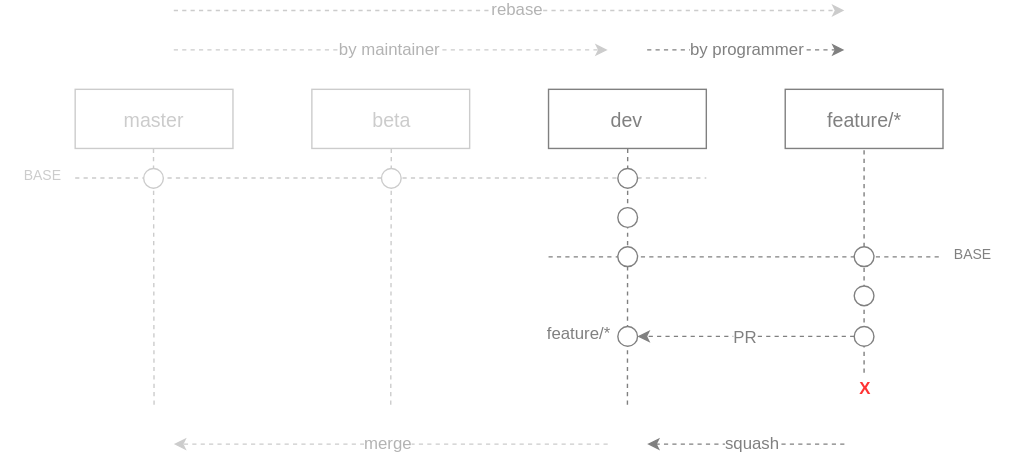
The draw.io diagram gitflow-v2.0.0.svg in ajile/draw-io, before a commit. Source tidied: cells renumbered, new cells last; positions are measured from the earlier drawing's top-left corner, leaving out a move shared by most shapes.
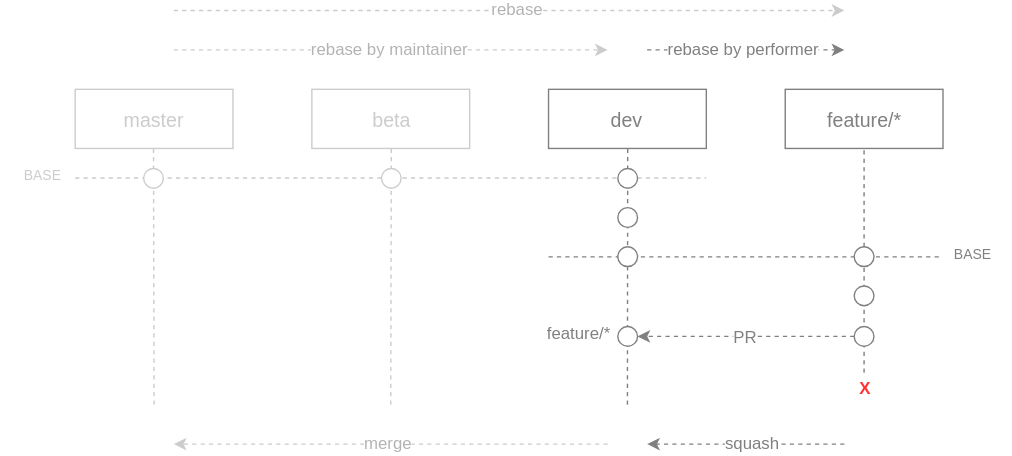
Above is the later version.

What changed in the source:
```diff
@@ -129,7 +129,7 @@
         <mxPoint x="433.7" y="28.2" as="targetPoint" />
       </mxGeometry>
     </mxCell>
-    <mxCell id="33" value="by maintainer" style="text;html=1;align=center;verticalAlign=middle;labelBackgroundColor=#ffffff;fontSize=12;fontColor=#B3B3B3;" parent="32" vertex="1">
+    <mxCell id="33" value="rebase by maintainer" style="text;html=1;align=center;verticalAlign=middle;labelBackgroundColor=#ffffff;fontSize=12;fontColor=#B3B3B3;" parent="32" vertex="1">
       <mxGeometry x="0.07" relative="1" as="geometry">
         <mxPoint x="-12" y="-2" as="offset" />
       </mxGeometry>
@@ -140,9 +140,9 @@
         <mxPoint x="602.9" y="28.2" as="targetPoint" />
       </mxGeometry>
     </mxCell>
-    <mxCell id="35" value="by programmer" style="text;html=1;align=center;verticalAlign=middle;labelBackgroundColor=#ffffff;fontSize=12;fontColor=#808080;" parent="34" vertex="1">
+    <mxCell id="35" value="rebase by&amp;nbsp;&lt;span&gt;performer&lt;/span&gt;" style="text;html=1;align=center;verticalAlign=middle;labelBackgroundColor=#ffffff;fontSize=12;fontColor=#808080;" parent="34" vertex="1">
       <mxGeometry x="0.07" relative="1" as="geometry">
-        <mxPoint x="-5" y="-2" as="offset" />
+        <mxPoint x="-7" y="-2" as="offset" />
       </mxGeometry>
     </mxCell>
     <mxCell id="36" value="X" style="text;html=1;strokeColor=none;fillColor=none;align=center;verticalAlign=middle;whiteSpace=wrap;labelBackgroundColor=#ffffff;fontSize=12;fontColor=#FF3333;fontStyle=1;" parent="1" vertex="1">
```
